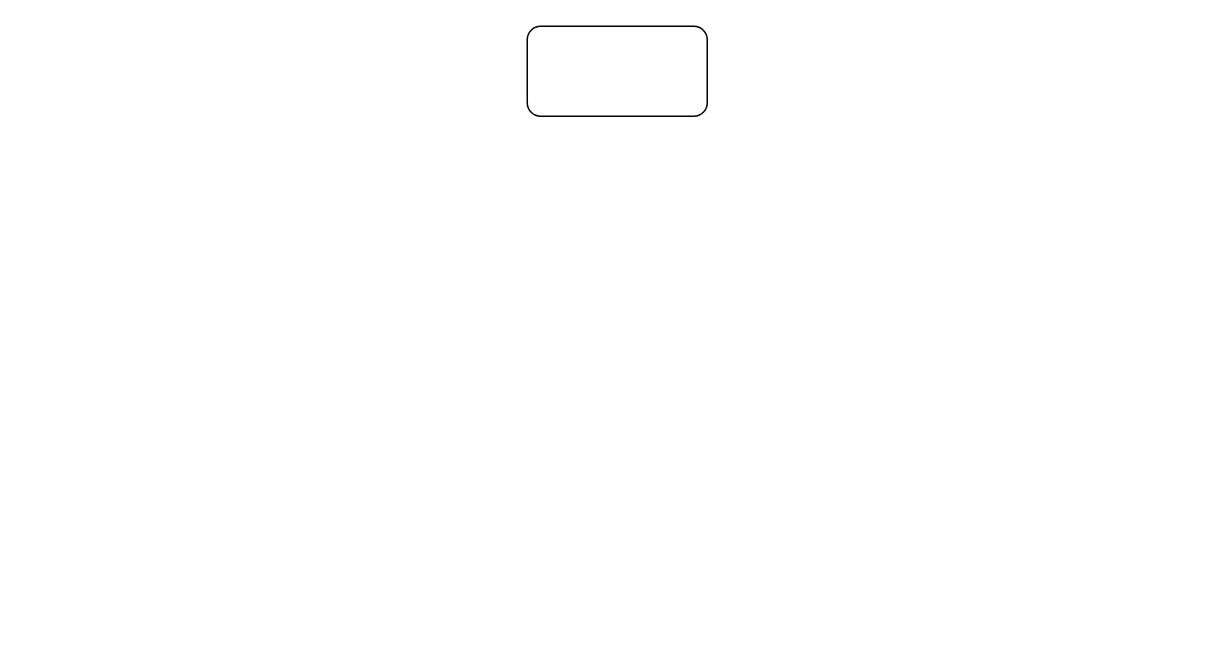
Strum23/IntelligentHaus keeps this draw.io diagram as ВумнийДім.drawio. Above is the earlier version. Source tidied: cells renumbered, new cells numbered last; positions are measured from the earlier drawing's top-left corner, leaving out a move shared by most shapes. Both pictures are drawn from the tidied source at 150%, with x=0, y=0 at pixel (526, 26).
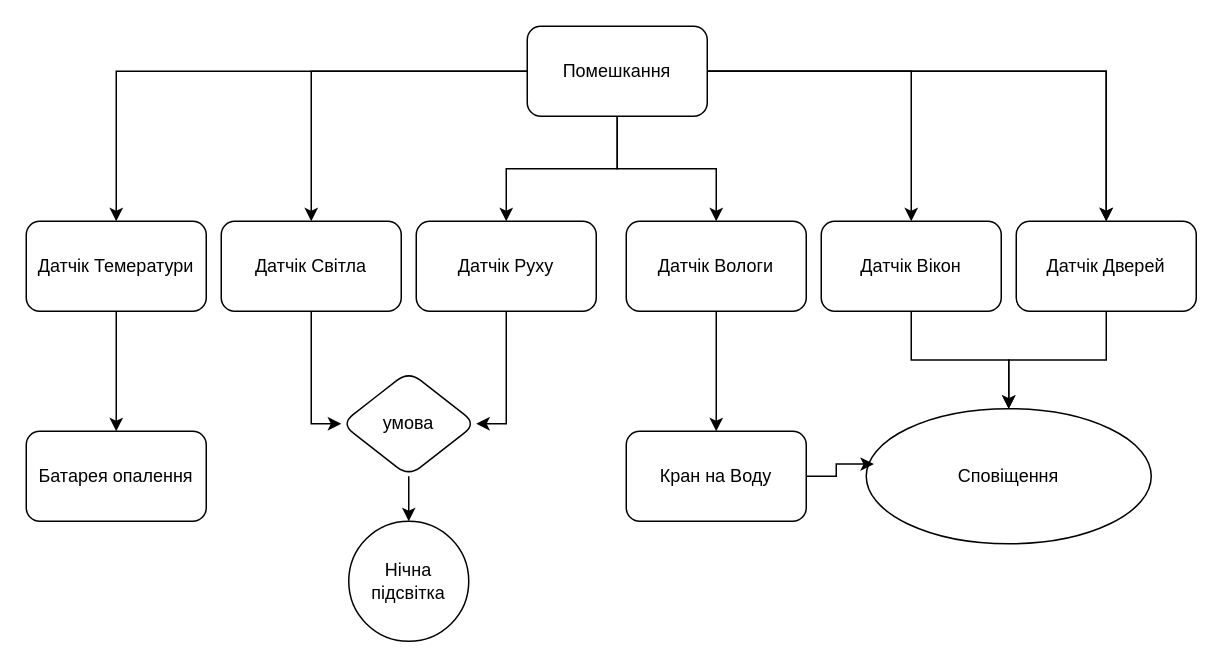
The same diagram, later.

The edit, as a diff of the source:
```diff
@@
+    <mxCell id="3" style="edgeStyle=orthogonalEdgeStyle;rounded=0;jettySize=auto;html=1;" parent="1" edge="1" source="2" target="11">
+      <mxGeometry relative="1" as="geometry" />
+    </mxCell>
+    <mxCell id="4" style="edgeStyle=orthogonalEdgeStyle;rounded=0;jettySize=auto;html=1;" parent="1" edge="1" source="2" target="13">
+      <mxGeometry relative="1" as="geometry" />
+    </mxCell>
+    <mxCell id="5" style="edgeStyle=orthogonalEdgeStyle;rounded=0;jettySize=auto;html=1;" parent="1" edge="1" source="2" target="15">
+      <mxGeometry relative="1" as="geometry" />
+    </mxCell>
+    <mxCell id="6" style="edgeStyle=orthogonalEdgeStyle;rounded=0;jettySize=auto;html=1;" parent="1" edge="1" source="2" target="15">
+      <mxGeometry relative="1" as="geometry" />
+    </mxCell>
+    <mxCell id="7" style="edgeStyle=orthogonalEdgeStyle;rounded=0;jettySize=auto;html=1;" parent="1" edge="1" source="2" target="17">
+      <mxGeometry relative="1" as="geometry" />
+    </mxCell>
+    <mxCell id="8" style="edgeStyle=orthogonalEdgeStyle;rounded=0;jettySize=auto;html=1;" parent="1" edge="1" source="2" target="19">
+      <mxGeometry relative="1" as="geometry" />
+    </mxCell>
+    <mxCell id="9" style="edgeStyle=orthogonalEdgeStyle;rounded=0;jettySize=auto;html=1;" parent="1" edge="1" source="2" target="21">
+      <mxGeometry relative="1" as="geometry" />
+    </mxCell>
-    <mxCell id="2" style="rounded=1;whiteSpace=wrap;html=1;" parent="1" vertex="1">
+    <mxCell id="2" value="Помешкання" style="rounded=1;whiteSpace=wrap;html=1;" parent="1" vertex="1">
       <mxGeometry width="120" height="60" as="geometry" />
     </mxCell>
+    <mxCell id="10" style="edgeStyle=orthogonalEdgeStyle;rounded=0;jettySize=auto;html=1;" parent="1" edge="1" source="11" target="22">
+      <mxGeometry relative="1" as="geometry" />
+    </mxCell>
+    <mxCell id="11" value="Датчік Темератури" style="rounded=1;whiteSpace=wrap;html=1;" parent="1" vertex="1">
+      <mxGeometry x="-334" y="130" width="120" height="60" as="geometry" />
+    </mxCell>
+    <mxCell id="12" style="edgeStyle=orthogonalEdgeStyle;rounded=0;jettySize=auto;html=1;entryX=0;entryY=0.5;entryDx=0;entryDy=0;" parent="1" edge="1" source="13" target="24">
+      <mxGeometry relative="1" as="geometry" />
+    </mxCell>
+    <mxCell id="13" value="Датчік Світла" style="rounded=1;whiteSpace=wrap;html=1;" parent="1" vertex="1">
+      <mxGeometry x="-204" y="130" width="120" height="60" as="geometry" />
+    </mxCell>
+    <mxCell id="14" style="edgeStyle=orthogonalEdgeStyle;rounded=0;jettySize=auto;html=1;" parent="1" edge="1" source="15" target="27">
+      <mxGeometry relative="1" as="geometry" />
+    </mxCell>
+    <mxCell id="15" value="Датчік Дверей" style="rounded=1;whiteSpace=wrap;html=1;" parent="1" vertex="1">
+      <mxGeometry x="326" y="130" width="120" height="60" as="geometry" />
+    </mxCell>
+    <mxCell id="16" style="edgeStyle=orthogonalEdgeStyle;rounded=0;jettySize=auto;html=1;" parent="1" edge="1" source="17" target="27">
+      <mxGeometry relative="1" as="geometry" />
+    </mxCell>
+    <mxCell id="17" value="Датчік Вікон" style="rounded=1;whiteSpace=wrap;html=1;" parent="1" vertex="1">
+      <mxGeometry x="196" y="130" width="120" height="60" as="geometry" />
+    </mxCell>
+    <mxCell id="18" style="edgeStyle=orthogonalEdgeStyle;rounded=0;jettySize=auto;html=1;entryX=1;entryY=0.5;entryDx=0;entryDy=0;" parent="1" edge="1" source="19" target="24">
+      <mxGeometry relative="1" as="geometry" />
+    </mxCell>
+    <mxCell id="19" value="Датчік Руху" style="rounded=1;whiteSpace=wrap;html=1;" parent="1" vertex="1">
+      <mxGeometry x="-74" y="130" width="120" height="60" as="geometry" />
+    </mxCell>
+    <mxCell id="20" style="edgeStyle=orthogonalEdgeStyle;rounded=0;jettySize=auto;html=1;" parent="1" edge="1" source="21" target="26">
+      <mxGeometry relative="1" as="geometry" />
+    </mxCell>
+    <mxCell id="21" value="Датчік Вологи" style="rounded=1;whiteSpace=wrap;html=1;" parent="1" vertex="1">
+      <mxGeometry x="66" y="130" width="120" height="60" as="geometry" />
+    </mxCell>
+    <mxCell id="22" value="Батарея опалення" style="rounded=1;whiteSpace=wrap;html=1;" parent="1" vertex="1">
+      <mxGeometry x="-334" y="270" width="120" height="60" as="geometry" />
+    </mxCell>
+    <mxCell id="23" style="edgeStyle=orthogonalEdgeStyle;rounded=0;jettySize=auto;html=1;" parent="1" edge="1" source="24" target="25">
+      <mxGeometry relative="1" as="geometry" />
+    </mxCell>
+    <mxCell id="24" value="умова" style="rhombus;whiteSpace=wrap;html=1;rounded=1;" parent="1" vertex="1">
+      <mxGeometry x="-124" y="230" width="90" height="70" as="geometry" />
+    </mxCell>
+    <mxCell id="25" value="Нічна підсвітка" style="ellipse;whiteSpace=wrap;html=1;rounded=1;" parent="1" vertex="1">
+      <mxGeometry x="-119" y="330" width="80" height="80" as="geometry" />
+    </mxCell>
+    <mxCell id="26" value="Кран на Воду" style="rounded=1;whiteSpace=wrap;html=1;" parent="1" vertex="1">
+      <mxGeometry x="66" y="270" width="120" height="60" as="geometry" />
+    </mxCell>
+    <mxCell id="27" value="Сповіщення" style="ellipse;whiteSpace=wrap;html=1;rounded=1;" parent="1" vertex="1">
+      <mxGeometry x="226" y="255" width="190" height="90" as="geometry" />
+    </mxCell>
+    <mxCell id="28" style="edgeStyle=orthogonalEdgeStyle;rounded=0;jettySize=auto;html=1;entryX=0.027;entryY=0.41;entryDx=0;entryDy=0;entryPerimeter=0;" parent="1" edge="1" source="26" target="27">
+      <mxGeometry relative="1" as="geometry" />
+    </mxCell>
```
